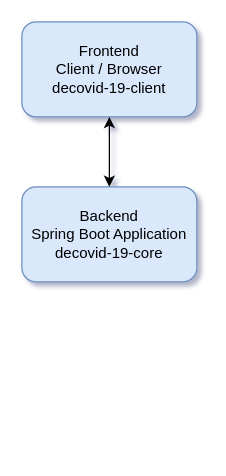
Earlier version of the draw.io diagram page "Architecture" (1 of 3) of Files and Pictures/diagrams.drawio (vitoco84/decovid-19-documentation). Source tidied: cells renumbered, new cells numbered last; positions are measured from the earlier drawing's top-left corner, leaving out a move shared by most shapes. Both pictures are drawn from the tidied source at 125%, with x=0, y=0 at pixel (21, 21).
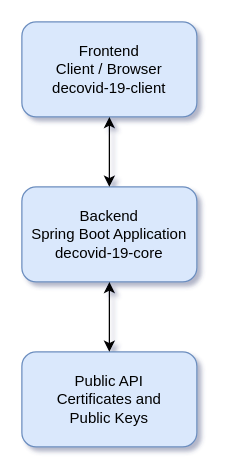
The same diagram, later.

Diff of the diagram source:
```diff
@@
 <mxGraphModel shadow="1">
   <root>
     <mxCell id="0" />
     <mxCell id="1" parent="0" />
     <mxCell id="2" value="Backend&lt;br&gt;Spring Boot Application&lt;br&gt;decovid-19-core" style="rounded=1;whiteSpace=wrap;html=1;fillColor=#dae8fc;strokeColor=#6c8ebf;" parent="1" vertex="1">
       <mxGeometry y="132" width="140" height="76" as="geometry" />
     </mxCell>
     <mxCell id="3" value="Frontend&lt;br&gt;Client / Browser&lt;br&gt;decovid-19-client" style="rounded=1;whiteSpace=wrap;html=1;fillColor=#dae8fc;strokeColor=#6c8ebf;" parent="1" vertex="1">
       <mxGeometry width="140" height="76" as="geometry" />
     </mxCell>
     <mxCell id="4" style="endArrow=classic;startArrow=classic;html=1;rounded=0;entryX=0.5;entryY=1;entryDx=0;entryDy=0;exitX=0.5;exitY=0;exitDx=0;exitDy=0;" parent="1" edge="1" source="2" target="3">
       <mxGeometry relative="1" as="geometry" />
     </mxCell>
+    <mxCell id="5" value="Public API&lt;br&gt;Certificates and&lt;br&gt;Public Keys" style="rounded=1;whiteSpace=wrap;html=1;fillColor=#dae8fc;strokeColor=#6c8ebf;" parent="1" vertex="1">
+      <mxGeometry y="264" width="140" height="76" as="geometry" />
+    </mxCell>
+    <mxCell id="6" style="endArrow=classic;startArrow=classic;html=1;rounded=0;entryX=0.5;entryY=1;entryDx=0;entryDy=0;exitX=0.5;exitY=0;exitDx=0;exitDy=0;" parent="1" edge="1" source="5">
+      <mxGeometry relative="1" as="geometry">
+        <mxPoint x="70" y="208" as="targetPoint" />
+      </mxGeometry>
+    </mxCell>
   </root>
 </mxGraphModel>
```
